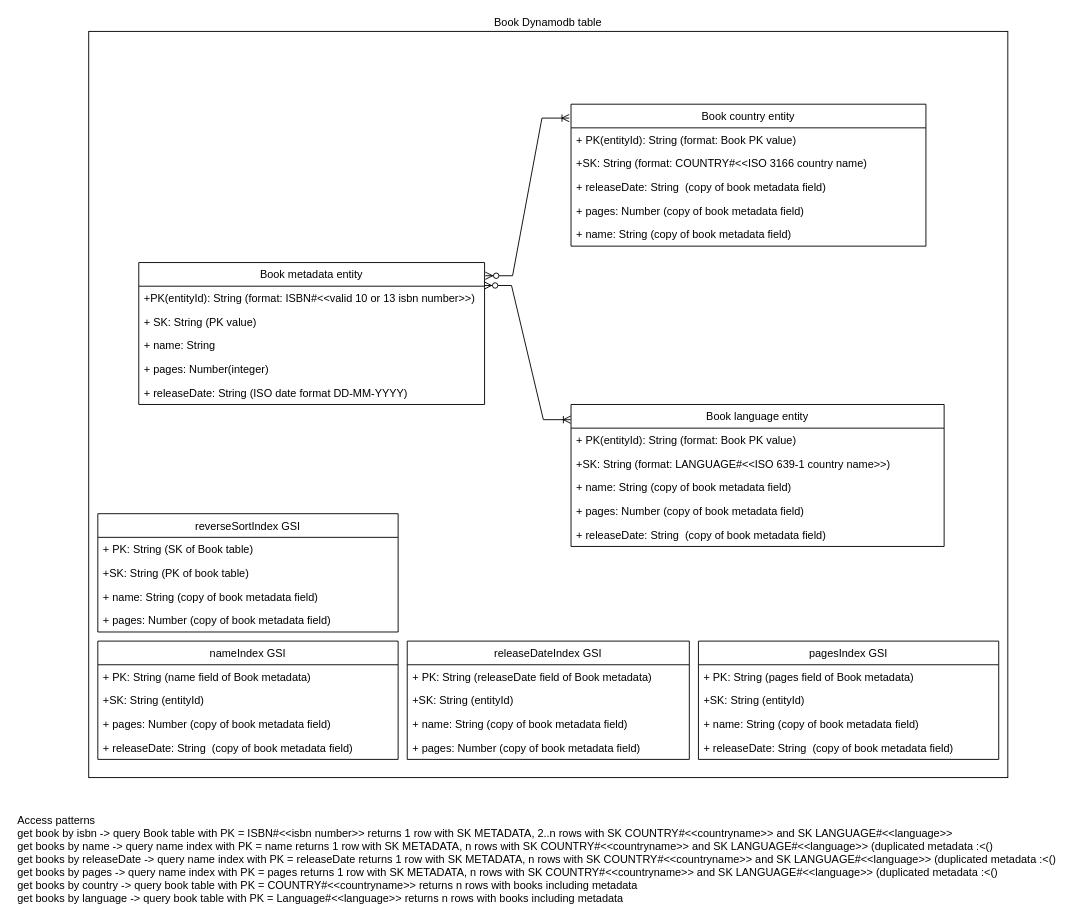
This is page "Page-2" (2 of 2) of Architecture.drawio from bendh/books-api, a draw.io file, before an edit. Source tidied: cells renumbered, new cells numbered last; positions are measured from the earlier drawing's top-left corner, leaving out a move shared by most shapes. Both pictures are drawn from the tidied source at 91%, with x=0, y=0 at pixel (15, 31).
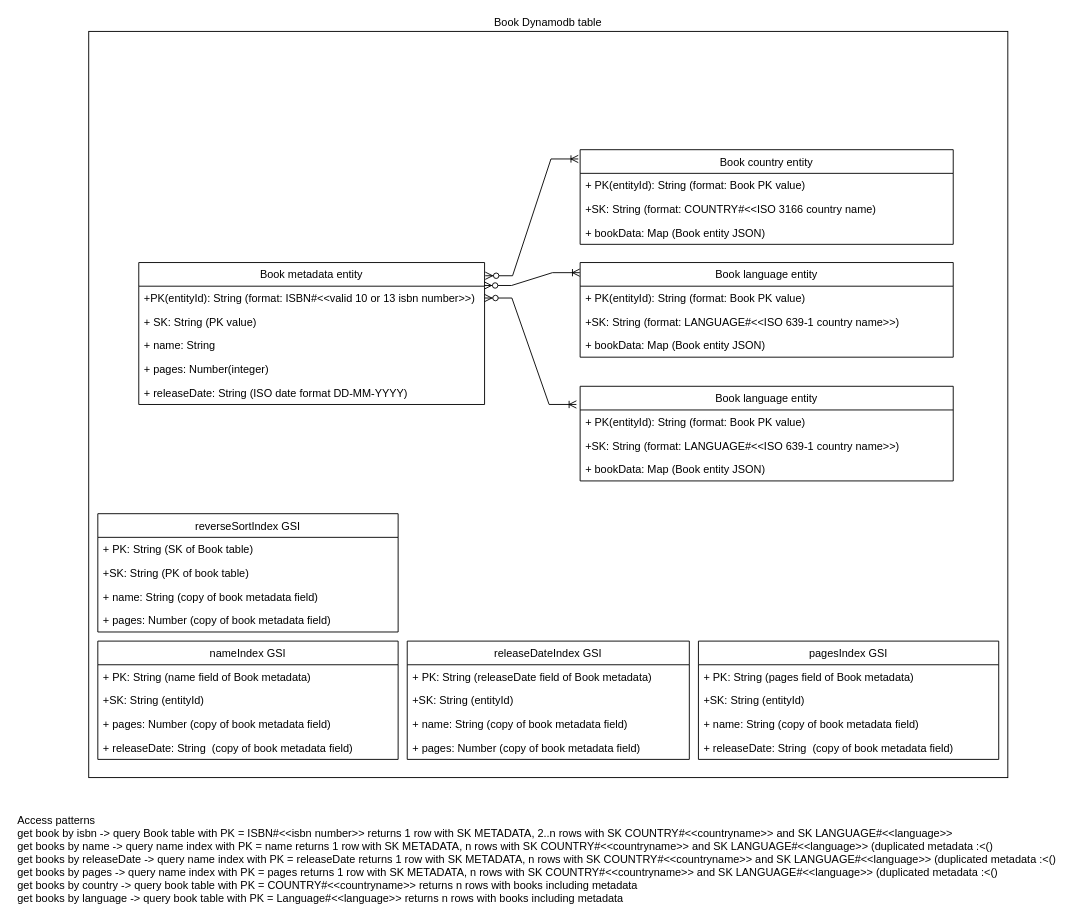
After the change.

Unchanged cells that the change refers to:
```xml
<mxCell id="4" value="+PK(entityId): String (format: ISBN#&lt;&lt;valid 10 or 13 isbn number&gt;&gt;)" style="text;strokeColor=none;fillColor=none;align=left;verticalAlign=top;spacingLeft=4;spacingRight=4;overflow=hidden;points=[[0,0.5],[1,0.5]];portConstraint=eastwest;" parent="3" vertex="1">
  <mxGeometry y="26" width="380" height="26" as="geometry" />
</mxCell>
```

Change to the diagram source:
```diff
@@
     <mxCell id="9" value="Book country entity" style="swimlane;fontStyle=0;horizontal=1;startSize=26;fillColor=none;" parent="1" vertex="1">
-      <mxGeometry x="610" y="80" width="390" height="156" as="geometry" />
+      <mxGeometry x="620" y="130" width="410" height="104" as="geometry" />
     </mxCell>
     <mxCell id="10" value="+ PK(entityId): String (format: Book PK value)" style="text;strokeColor=none;fillColor=none;align=left;verticalAlign=top;spacingLeft=4;spacingRight=4;overflow=hidden;" parent="9" vertex="1">
-      <mxGeometry y="26" width="390" height="26" as="geometry" />
+      <mxGeometry y="26" width="410" height="26" as="geometry" />
     </mxCell>
     <mxCell id="11" value="+SK: String (format: COUNTRY#&lt;&lt;ISO 3166 country name)" style="text;strokeColor=none;fillColor=none;align=left;verticalAlign=top;spacingLeft=4;spacingRight=4;overflow=hidden;" parent="9" vertex="1">
-      <mxGeometry y="52" width="390" height="26" as="geometry" />
+      <mxGeometry y="52" width="410" height="26" as="geometry" />
     </mxCell>
-    <mxCell id="12" value="+ releaseDate: String  (copy of book metadata field)" style="text;strokeColor=none;fillColor=none;align=left;verticalAlign=top;spacingLeft=4;spacingRight=4;overflow=hidden;" parent="9" vertex="1">
-      <mxGeometry y="78" width="390" height="26" as="geometry" />
-    </mxCell>
-    <mxCell id="13" value="+ pages: Number (copy of book metadata field)" style="text;strokeColor=none;fillColor=none;align=left;verticalAlign=top;spacingLeft=4;spacingRight=4;overflow=hidden;" parent="9" vertex="1">
-      <mxGeometry y="104" width="390" height="26" as="geometry" />
-    </mxCell>
-    <mxCell id="14" value="+ name: String (copy of book metadata field)" style="text;strokeColor=none;fillColor=none;align=left;verticalAlign=top;spacingLeft=4;spacingRight=4;overflow=hidden;" parent="9" vertex="1">
-      <mxGeometry y="130" width="390" height="26" as="geometry" />
-    </mxCell>
+    <mxCell id="44" value="+ bookData: Map (Book entity JSON)" style="text;strokeColor=none;fillColor=none;align=left;verticalAlign=top;spacingLeft=4;spacingRight=4;overflow=hidden;" parent="9" vertex="1">
+      <mxGeometry y="78" width="410" height="26" as="geometry" />
+    </mxCell>
     <mxCell id="15" value="Book language entity" style="swimlane;fontStyle=0;horizontal=1;startSize=26;fillColor=none;" parent="1" vertex="1">
-      <mxGeometry x="610" y="410" width="410" height="156" as="geometry" />
+      <mxGeometry x="620" y="254" width="410" height="104" as="geometry" />
     </mxCell>
@@
-    <mxCell id="18" value="+ name: String (copy of book metadata field)" style="text;strokeColor=none;fillColor=none;align=left;verticalAlign=top;spacingLeft=4;spacingRight=4;overflow=hidden;" parent="15" vertex="1">
+    <mxCell id="18" value="+ bookData: Map (Book entity JSON)" style="text;strokeColor=none;fillColor=none;align=left;verticalAlign=top;spacingLeft=4;spacingRight=4;overflow=hidden;" parent="15" vertex="1">
       <mxGeometry y="78" width="410" height="26" as="geometry" />
     </mxCell>
-    <mxCell id="19" value="+ pages: Number (copy of book metadata field)" style="text;strokeColor=none;fillColor=none;align=left;verticalAlign=top;spacingLeft=4;spacingRight=4;overflow=hidden;" parent="15" vertex="1">
-      <mxGeometry y="104" width="410" height="26" as="geometry" />
-    </mxCell>
-    <mxCell id="20" value="+ releaseDate: String  (copy of book metadata field)" style="text;strokeColor=none;fillColor=none;align=left;verticalAlign=top;spacingLeft=4;spacingRight=4;overflow=hidden;" parent="15" vertex="1">
-      <mxGeometry y="130" width="410" height="26" as="geometry" />
-    </mxCell>
@@
+    <mxCell id="45" value="Book language entity" style="swimlane;fontStyle=0;horizontal=1;startSize=26;fillColor=none;" parent="1" vertex="1">
+      <mxGeometry x="620" y="390" width="410" height="104" as="geometry" />
+    </mxCell>
+    <mxCell id="46" value="+ PK(entityId): String (format: Book PK value)" style="text;strokeColor=none;fillColor=none;align=left;verticalAlign=top;spacingLeft=4;spacingRight=4;overflow=hidden;" parent="45" vertex="1">
+      <mxGeometry y="26" width="410" height="26" as="geometry" />
+    </mxCell>
+    <mxCell id="47" value="+SK: String (format: LANGUAGE#&lt;&lt;ISO 639-1 country name&gt;&gt;)" style="text;strokeColor=none;fillColor=none;align=left;verticalAlign=top;spacingLeft=4;spacingRight=4;overflow=hidden;" parent="45" vertex="1">
+      <mxGeometry y="52" width="410" height="26" as="geometry" />
+    </mxCell>
+    <mxCell id="48" value="+ bookData: Map (Book entity JSON)" style="text;strokeColor=none;fillColor=none;align=left;verticalAlign=top;spacingLeft=4;spacingRight=4;overflow=hidden;" parent="45" vertex="1">
+      <mxGeometry y="78" width="410" height="26" as="geometry" />
+    </mxCell>
+    <mxCell id="49" style="edgeStyle=entityRelationEdgeStyle;fontSize=12;html=1;endArrow=ERoneToMany;startArrow=ERzeroToMany;rounded=0;exitX=1;exitY=0.5;exitDx=0;exitDy=0;entryX=-0.01;entryY=0.192;entryDx=0;entryDy=0;entryPerimeter=0;" parent="1" edge="1" source="4" target="45">
+      <mxGeometry relative="1" as="geometry" />
+    </mxCell>
```
